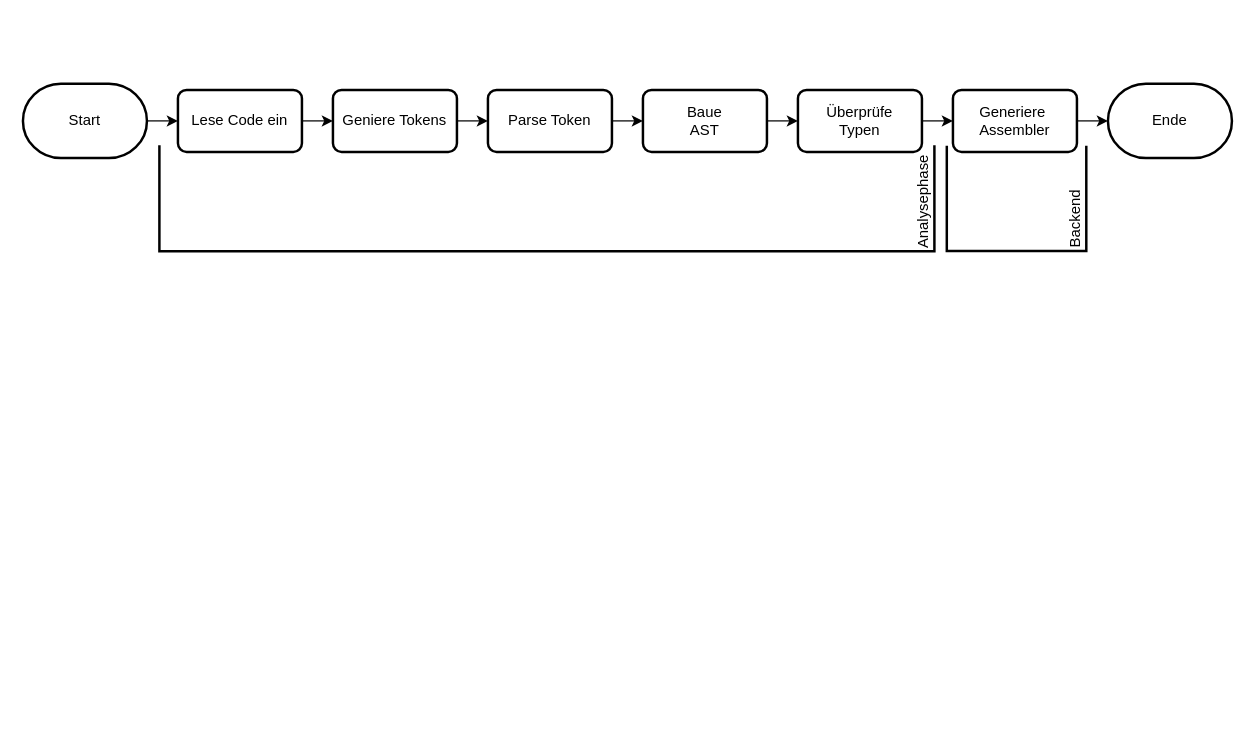
Earlier version of the draw.io diagram Compilerbau.drawio (fbuedding/faul-compiler). Source tidied: cells renumbered, new cells numbered last; positions are measured from the earlier drawing's top-left corner, leaving out a move shared by most shapes. Both pictures are drawn from the tidied source at 124%, with x=0, y=0 at pixel (22, -190).
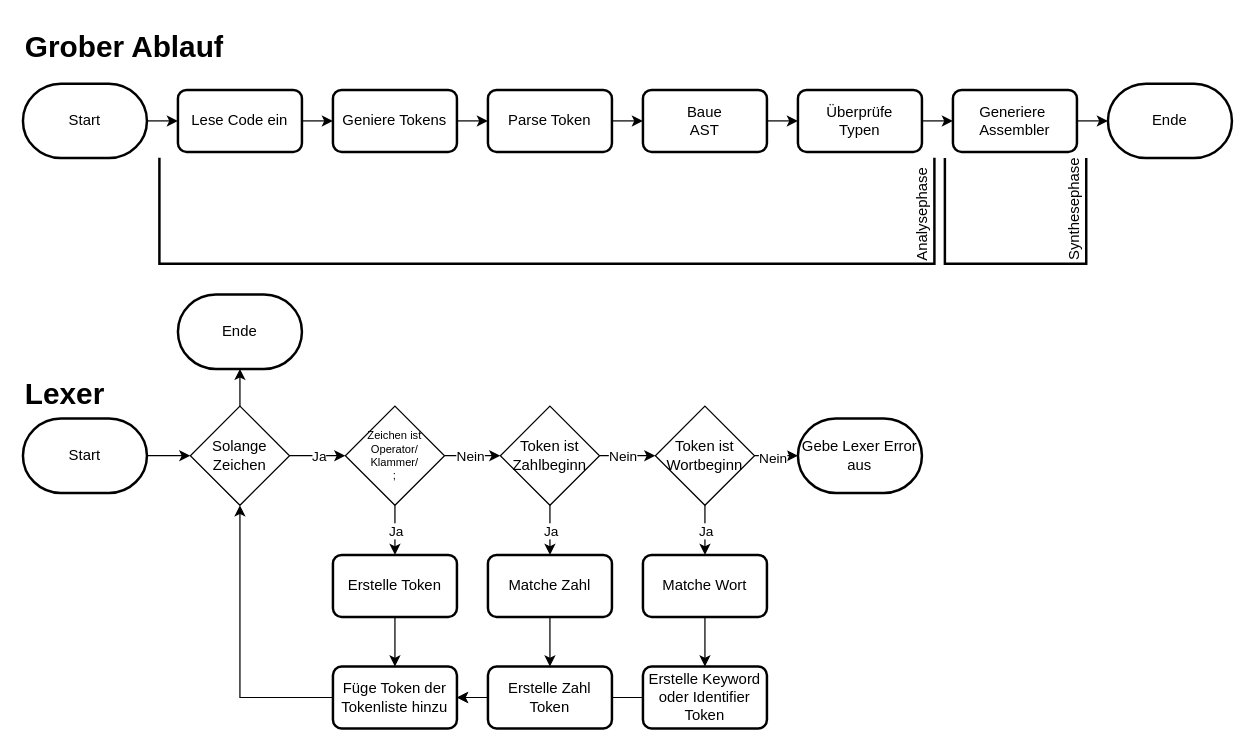
Above is the later version.

What changed in the source:
```diff
@@
     <mxCell id="17" value="Analysephase" style="strokeWidth=2;html=1;shape=mxgraph.flowchart.annotation_1;align=left;rotation=-90;shadow=0;horizontal=1;verticalAlign=bottom;" parent="1" vertex="1">
-      <mxGeometry x="379.8" y="-0.2" width="85.5" height="625" as="geometry" />
+      <mxGeometry x="379.8" y="10" width="85.5" height="625" as="geometry" />
     </mxCell>
-    <mxCell id="18" value="Backend" style="strokeWidth=2;html=1;shape=mxgraph.flowchart.annotation_1;align=left;rotation=-90;verticalAlign=bottom;" parent="1" vertex="1">
-      <mxGeometry x="758.8" y="256.2" width="85" height="112.5" as="geometry" />
+    <mxCell id="18" value="Synthesephase" style="strokeWidth=2;html=1;shape=mxgraph.flowchart.annotation_1;align=left;rotation=-90;verticalAlign=bottom;" parent="1" vertex="1">
+      <mxGeometry x="757.9" y="265.6" width="85.2" height="114" as="geometry" />
     </mxCell>
+    <mxCell id="19" value="&lt;h1 style=&quot;margin-top: 0px;&quot;&gt;Grober Ablauf&lt;/h1&gt;" style="text;html=1;whiteSpace=wrap;overflow=hidden;rounded=0;" parent="1" vertex="1">
+      <mxGeometry y="170" width="180" height="40" as="geometry" />
+    </mxCell>
+    <mxCell id="20" value="&lt;h1 style=&quot;margin-top: 0px;&quot;&gt;Lexer&lt;/h1&gt;" style="text;html=1;whiteSpace=wrap;overflow=hidden;rounded=0;" parent="1" vertex="1">
+      <mxGeometry y="450" width="80" height="40" as="geometry" />
+    </mxCell>
+    <mxCell id="21" style="edgeStyle=orthogonalEdgeStyle;rounded=0;jettySize=auto;html=1;" parent="1" edge="1" source="22" target="26">
+      <mxGeometry relative="1" as="geometry" />
+    </mxCell>
+    <mxCell id="22" value="Start" style="strokeWidth=2;html=1;shape=mxgraph.flowchart.terminator;whiteSpace=wrap;" parent="1" vertex="1">
+      <mxGeometry y="490" width="100" height="60" as="geometry" />
+    </mxCell>
+    <mxCell id="23" style="edgeStyle=orthogonalEdgeStyle;rounded=0;jettySize=auto;html=1;" parent="1" edge="1" source="26" target="31">
+      <mxGeometry relative="1" as="geometry" />
+    </mxCell>
+    <mxCell id="24" value="Ja" style="edgeLabel;html=1;align=center;verticalAlign=middle;" parent="23" vertex="1">
+      <mxGeometry y="-2" relative="1" as="geometry">
+        <mxPoint y="-2" as="offset" />
+      </mxGeometry>
+    </mxCell>
+    <mxCell id="25" style="edgeStyle=orthogonalEdgeStyle;rounded=0;jettySize=auto;html=1;" parent="1" edge="1" source="26" target="55">
+      <mxGeometry relative="1" as="geometry" />
+    </mxCell>
+    <mxCell id="26" value="Solange&lt;div&gt;Zeichen&lt;/div&gt;" style="rhombus;whiteSpace=wrap;html=1;" parent="1" vertex="1">
+      <mxGeometry x="135" y="480" width="80" height="80" as="geometry" />
+    </mxCell>
+    <mxCell id="27" style="edgeStyle=orthogonalEdgeStyle;rounded=0;jettySize=auto;html=1;" parent="1" edge="1" source="31" target="36">
+      <mxGeometry relative="1" as="geometry" />
+    </mxCell>
+    <mxCell id="28" value="Nein" style="edgeLabel;html=1;align=center;verticalAlign=middle;" parent="27" vertex="1">
+      <mxGeometry x="-0.13" y="1" relative="1" as="geometry">
+        <mxPoint y="1" as="offset" />
+      </mxGeometry>
+    </mxCell>
+    <mxCell id="29" style="edgeStyle=orthogonalEdgeStyle;rounded=0;jettySize=auto;html=1;" parent="1" edge="1" source="31" target="52">
+      <mxGeometry relative="1" as="geometry" />
+    </mxCell>
+    <mxCell id="30" value="Ja" style="edgeLabel;html=1;align=center;verticalAlign=middle;" parent="29" vertex="1">
+      <mxGeometry x="-0.55" relative="1" as="geometry">
+        <mxPoint y="11" as="offset" />
+      </mxGeometry>
+    </mxCell>
+    <mxCell id="31" value="&lt;font style=&quot;font-size: 9px;&quot;&gt;Zeichen ist&lt;/font&gt;&lt;div style=&quot;font-size: 9px;&quot;&gt;&lt;font style=&quot;font-size: 9px;&quot;&gt;Operator/&lt;/font&gt;&lt;/div&gt;&lt;div style=&quot;font-size: 9px;&quot;&gt;&lt;font style=&quot;font-size: 9px;&quot;&gt;Klammer/&lt;/font&gt;&lt;/div&gt;&lt;div style=&quot;font-size: 9px;&quot;&gt;&lt;font style=&quot;font-size: 9px;&quot;&gt;;&lt;/font&gt;&lt;/div&gt;" style="rhombus;whiteSpace=wrap;html=1;fontSize=9;align=center;verticalAlign=middle;" parent="1" vertex="1">
+      <mxGeometry x="260" y="480" width="80" height="80" as="geometry" />
+    </mxCell>
+    <mxCell id="32" style="edgeStyle=orthogonalEdgeStyle;rounded=0;jettySize=auto;html=1;" parent="1" edge="1" source="36" target="41">
+      <mxGeometry relative="1" as="geometry" />
+    </mxCell>
+    <mxCell id="33" value="Nein" style="edgeLabel;html=1;align=center;verticalAlign=middle;" parent="32" vertex="1">
+      <mxGeometry x="-0.22" y="1" relative="1" as="geometry">
+        <mxPoint y="1" as="offset" />
+      </mxGeometry>
+    </mxCell>
+    <mxCell id="34" style="edgeStyle=orthogonalEdgeStyle;rounded=0;jettySize=auto;html=1;" parent="1" edge="1" source="36" target="48">
+      <mxGeometry relative="1" as="geometry" />
+    </mxCell>
+    <mxCell id="35" value="Ja" style="edgeLabel;html=1;align=center;verticalAlign=middle;" parent="34" vertex="1">
+      <mxGeometry x="-0.25" y="1" relative="1" as="geometry">
+        <mxPoint x="-1" y="5" as="offset" />
+      </mxGeometry>
+    </mxCell>
+    <mxCell id="36" value="Token ist&lt;div&gt;Zahlbeginn&lt;br&gt;&lt;/div&gt;" style="rhombus;whiteSpace=wrap;html=1;" parent="1" vertex="1">
+      <mxGeometry x="385" y="480" width="80" height="80" as="geometry" />
+    </mxCell>
+    <mxCell id="37" style="edgeStyle=orthogonalEdgeStyle;rounded=0;jettySize=auto;html=1;" parent="1" edge="1" source="41" target="42">
+      <mxGeometry relative="1" as="geometry" />
+    </mxCell>
+    <mxCell id="38" value="Nein" style="edgeLabel;html=1;align=center;verticalAlign=middle;" parent="37" vertex="1">
+      <mxGeometry x="-0.4" y="-1" relative="1" as="geometry" />
+    </mxCell>
+    <mxCell id="39" style="edgeStyle=orthogonalEdgeStyle;rounded=0;jettySize=auto;html=1;" parent="1" edge="1" source="41" target="44">
+      <mxGeometry relative="1" as="geometry" />
+    </mxCell>
+    <mxCell id="40" value="Ja" style="edgeLabel;html=1;align=center;verticalAlign=middle;" parent="39" vertex="1">
+      <mxGeometry x="-0.4" y="-3" relative="1" as="geometry">
+        <mxPoint x="3" y="8" as="offset" />
+      </mxGeometry>
+    </mxCell>
+    <mxCell id="41" value="Token ist&lt;div&gt;Wortbeginn&lt;br&gt;&lt;/div&gt;" style="rhombus;whiteSpace=wrap;html=1;" parent="1" vertex="1">
+      <mxGeometry x="510" y="480" width="80" height="80" as="geometry" />
+    </mxCell>
+    <mxCell id="42" value="Gebe Lexer Error aus" style="strokeWidth=2;html=1;shape=mxgraph.flowchart.terminator;whiteSpace=wrap;" parent="1" vertex="1">
+      <mxGeometry x="625" y="490" width="100" height="60" as="geometry" />
+    </mxCell>
+    <mxCell id="43" style="edgeStyle=orthogonalEdgeStyle;rounded=0;jettySize=auto;html=1;" parent="1" edge="1" source="44" target="46">
+      <mxGeometry relative="1" as="geometry" />
+    </mxCell>
+    <mxCell id="44" value="Matche Wort" style="rounded=1;whiteSpace=wrap;html=1;absoluteArcSize=1;arcSize=14;strokeWidth=2;" parent="1" vertex="1">
+      <mxGeometry x="500" y="600" width="100" height="50" as="geometry" />
+    </mxCell>
+    <mxCell id="45" style="edgeStyle=orthogonalEdgeStyle;rounded=0;jettySize=auto;html=1;" parent="1" edge="1" source="46" target="54">
+      <mxGeometry relative="1" as="geometry" />
+    </mxCell>
+    <mxCell id="46" value="Erstelle Keyword oder Identifier&lt;div&gt;Token&lt;/div&gt;" style="rounded=1;whiteSpace=wrap;html=1;absoluteArcSize=1;arcSize=14;strokeWidth=2;" parent="1" vertex="1">
+      <mxGeometry x="500" y="690" width="100" height="50" as="geometry" />
+    </mxCell>
+    <mxCell id="47" style="edgeStyle=orthogonalEdgeStyle;rounded=0;jettySize=auto;html=1;" parent="1" edge="1" source="48" target="50">
+      <mxGeometry relative="1" as="geometry" />
+    </mxCell>
+    <mxCell id="48" value="Matche Zahl" style="rounded=1;whiteSpace=wrap;html=1;absoluteArcSize=1;arcSize=14;strokeWidth=2;" parent="1" vertex="1">
+      <mxGeometry x="375" y="600" width="100" height="50" as="geometry" />
+    </mxCell>
+    <mxCell id="49" style="edgeStyle=orthogonalEdgeStyle;rounded=0;jettySize=auto;html=1;" parent="1" edge="1" source="50" target="54">
+      <mxGeometry relative="1" as="geometry" />
+    </mxCell>
+    <mxCell id="50" value="Erstelle Zahl Token" style="rounded=1;whiteSpace=wrap;html=1;absoluteArcSize=1;arcSize=14;strokeWidth=2;" parent="1" vertex="1">
+      <mxGeometry x="375" y="690" width="100" height="50" as="geometry" />
+    </mxCell>
+    <mxCell id="51" style="edgeStyle=orthogonalEdgeStyle;rounded=0;jettySize=auto;html=1;" parent="1" edge="1" source="52" target="54">
+      <mxGeometry relative="1" as="geometry" />
+    </mxCell>
+    <mxCell id="52" value="Erstelle Token" style="rounded=1;whiteSpace=wrap;html=1;absoluteArcSize=1;arcSize=14;strokeWidth=2;" parent="1" vertex="1">
+      <mxGeometry x="250" y="600" width="100" height="50" as="geometry" />
+    </mxCell>
+    <mxCell id="53" style="edgeStyle=orthogonalEdgeStyle;rounded=0;jettySize=auto;html=1;" parent="1" edge="1" source="54" target="26">
+      <mxGeometry relative="1" as="geometry" />
+    </mxCell>
+    <mxCell id="54" value="Füge Token der Tokenliste hinzu" style="rounded=1;whiteSpace=wrap;html=1;absoluteArcSize=1;arcSize=14;strokeWidth=2;" parent="1" vertex="1">
+      <mxGeometry x="250" y="690" width="100" height="50" as="geometry" />
+    </mxCell>
+    <mxCell id="55" value="Ende" style="strokeWidth=2;html=1;shape=mxgraph.flowchart.terminator;whiteSpace=wrap;" parent="1" vertex="1">
+      <mxGeometry x="125" y="390" width="100" height="60" as="geometry" />
+    </mxCell>
```
